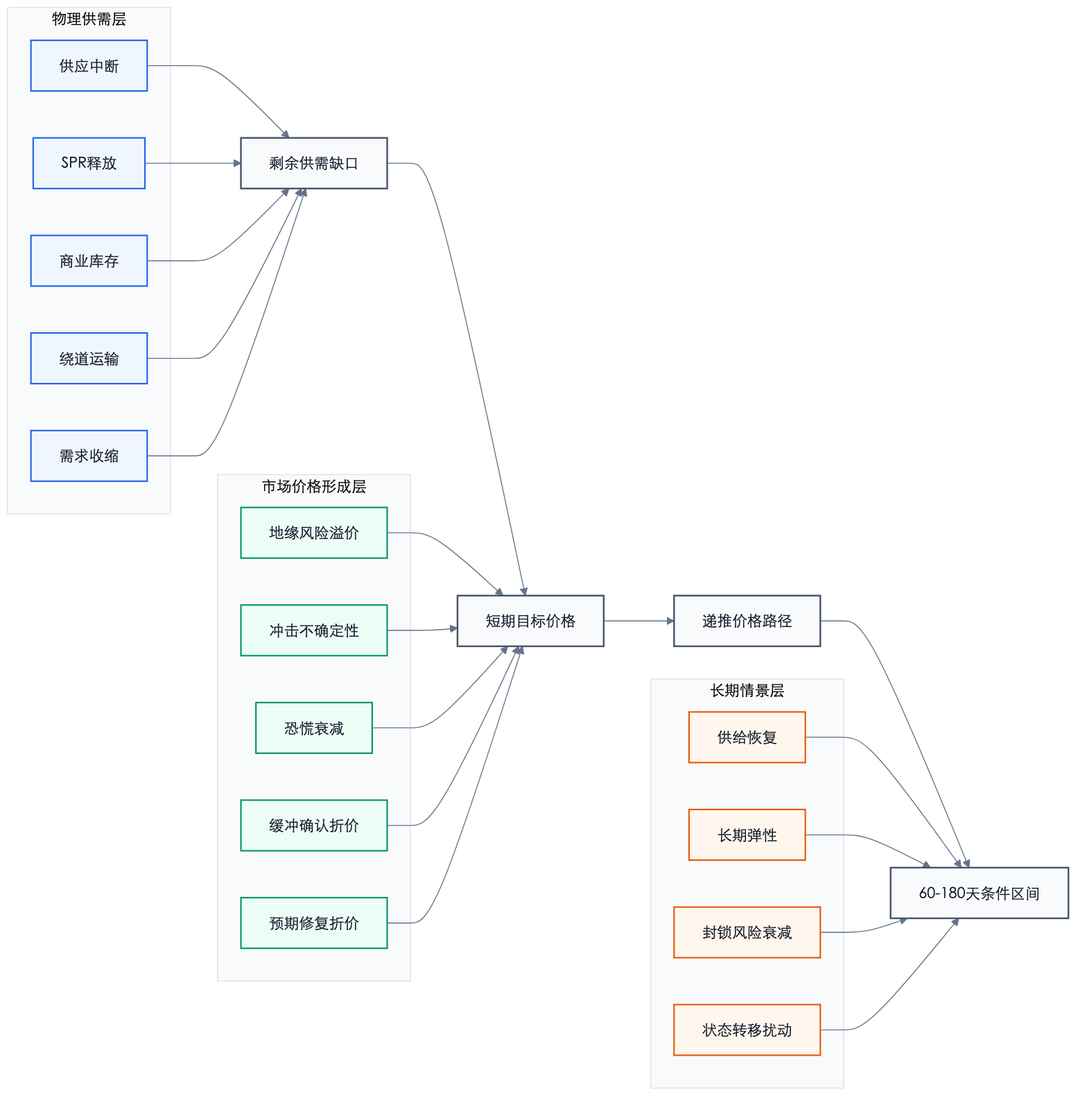
Before: paper/figures/综合机制递推模型结构图.png, a diagram exported from Mermaid (Timcai06/-A-). Its source is kept beside it as paper/diagrams/综合机制递推模型结构图.mmd.
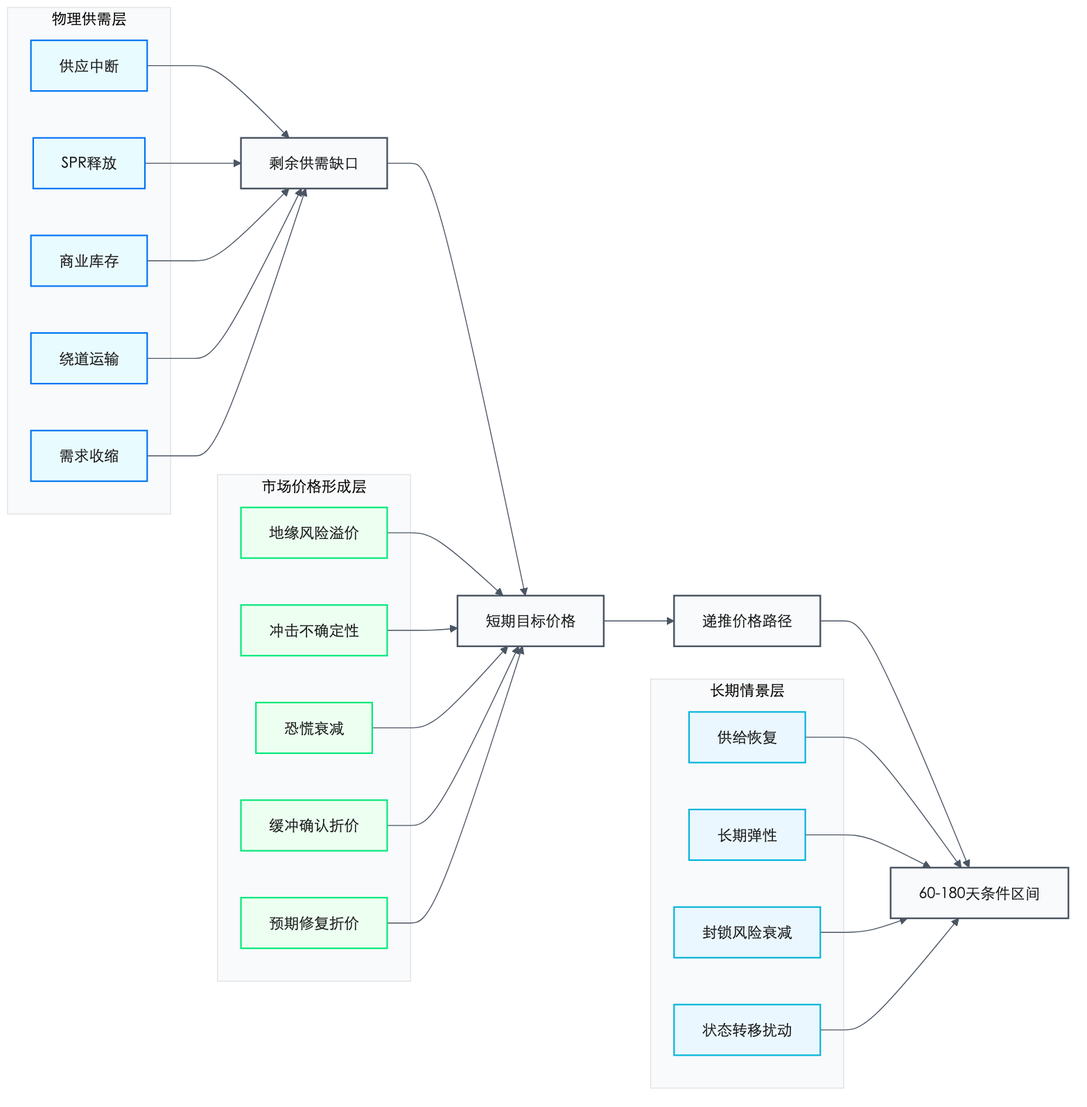
After the commit.

What changed in the source:
```diff
@@ -1,4 +1,4 @@
-%%{init: {"theme": "base", "themeVariables": {"fontFamily": "STHeiti, Songti SC, Arial", "primaryColor": "#EFF6FF", "primaryBorderColor": "#2563EB", "primaryTextColor": "#111827", "lineColor": "#64748B", "tertiaryColor": "#F8FAFC"}}}%%
+%%{init: {"theme": "base", "themeVariables": {"fontFamily": "STHeiti, Songti SC, Arial", "primaryColor": "#E8FBFF", "primaryBorderColor": "#0074F2", "primaryTextColor": "#1A1A1A", "lineColor": "#4B5563", "tertiaryColor": "#F8FAFC"}}}%%
 flowchart LR
     subgraph A["物理供需层"]
         A1["供应中断"]
@@ -46,10 +46,10 @@
     C3 --> G
     C4 --> G
 
-    classDef physical fill:#EFF6FF,stroke:#2563EB,stroke-width:1.6px,color:#111827;
-    classDef market fill:#ECFDF5,stroke:#059669,stroke-width:1.6px,color:#111827;
-    classDef longrun fill:#FFF7ED,stroke:#EA580C,stroke-width:1.6px,color:#111827;
-    classDef output fill:#F8FAFC,stroke:#475569,stroke-width:1.8px,color:#111827;
+    classDef physical fill:#E8FBFF,stroke:#0074F2,stroke-width:1.6px,color:#1A1A1A;
+    classDef market fill:#ECFFF1,stroke:#00E978,stroke-width:1.6px,color:#1A1A1A;
+    classDef longrun fill:#EAF7FF,stroke:#00B3D9,stroke-width:1.6px,color:#1A1A1A;
+    classDef output fill:#F8FAFC,stroke:#4B5563,stroke-width:1.8px,color:#1A1A1A;
 
     class A1,A2,A3,A4,A5 physical;
     class B1,B2,B3,B4,B5 market;
```
